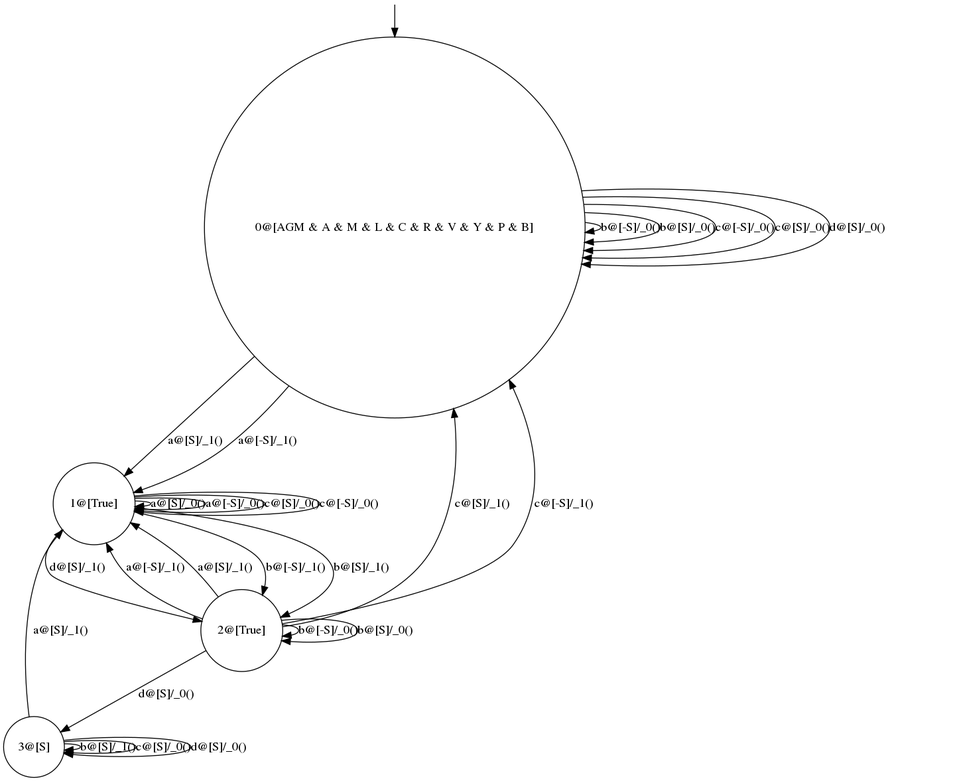
Earlier version of the Graphviz export FM_Analysis/Experiments/2019_03/ffsm_merged.dot.png (damascenodiego/learningFFSM). Its source is kept beside it as FM_Analysis/Experiments/2019_03/ffsm_merged.dot.
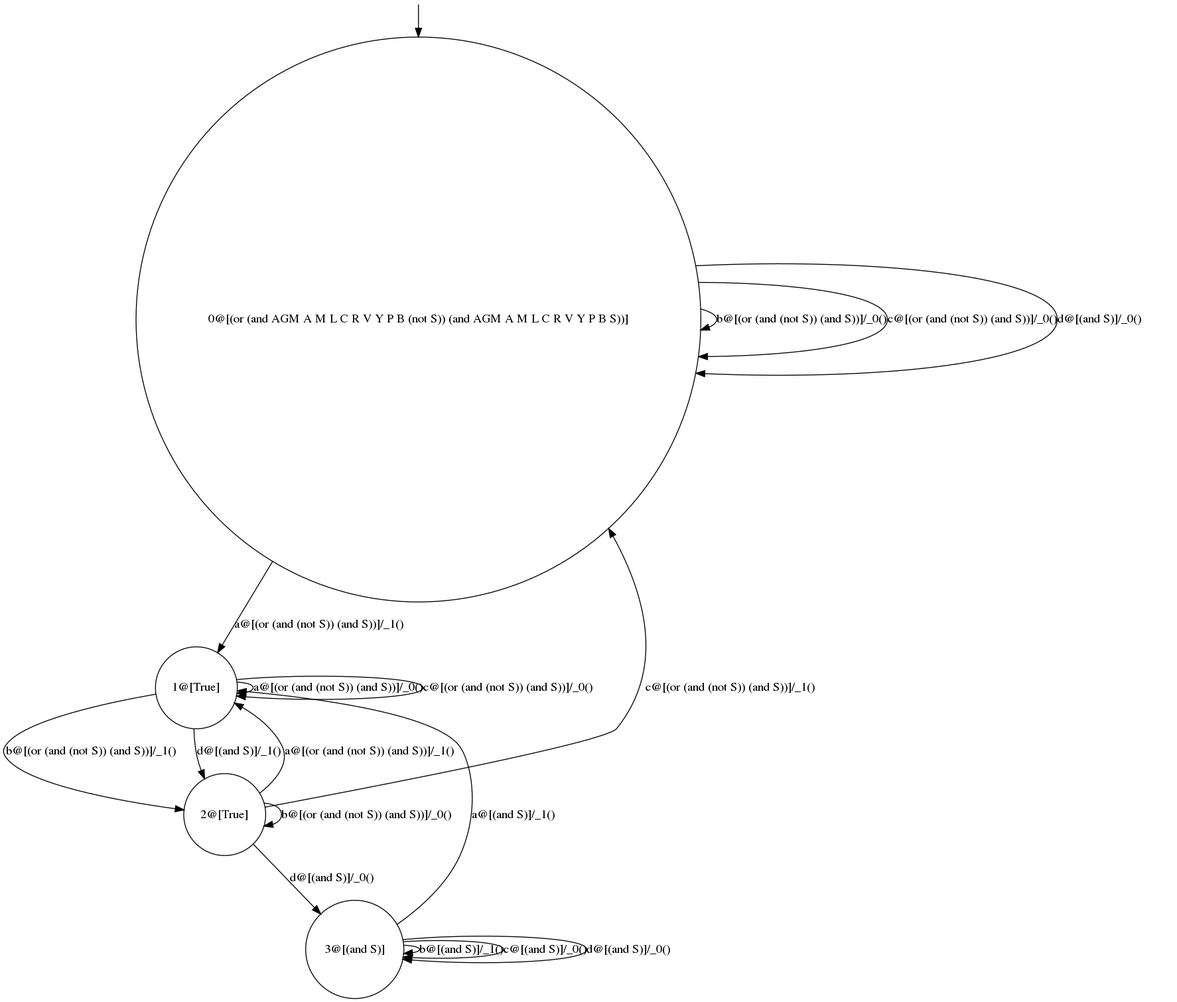
After the commit.

Diff of the diagram source:
```diff
@@ -1,34 +1,25 @@
 digraph g {
 
-	s0 [shape="circle" label="0@[AGM & A & M & L & C & R & V & Y & P & B]"];
+	s0 [shape="circle" label="0@[(or (and AGM A M L C R V Y P B (not S)) (and AGM A M L C R V Y P B S))]"];
 	s1 [shape="circle" label="1@[True]"];
 	s2 [shape="circle" label="2@[True]"];
-	s3 [shape="circle" label="3@[S]"];
-	s0 -> s1 [label="a@[S]/_1()"];
-	s0 -> s1 [label="a@[-S]/_1()"];
-	s0 -> s0 [label="b@[-S]/_0()"];
-	s0 -> s0 [label="b@[S]/_0()"];
-	s0 -> s0 [label="c@[-S]/_0()"];
-	s0 -> s0 [label="c@[S]/_0()"];
-	s0 -> s0 [label="d@[S]/_0()"];
-	s1 -> s1 [label="a@[S]/_0()"];
-	s1 -> s1 [label="a@[-S]/_0()"];
-	s1 -> s2 [label="b@[-S]/_1()"];
-	s1 -> s2 [label="b@[S]/_1()"];
-	s1 -> s1 [label="c@[S]/_0()"];
-	s1 -> s1 [label="c@[-S]/_0()"];
-	s1 -> s2 [label="d@[S]/_1()"];
-	s2 -> s1 [label="a@[-S]/_1()"];
-	s2 -> s1 [label="a@[S]/_1()"];
-	s2 -> s2 [label="b@[-S]/_0()"];
-	s2 -> s2 [label="b@[S]/_0()"];
-	s2 -> s0 [label="c@[S]/_1()"];
-	s2 -> s0 [label="c@[-S]/_1()"];
-	s2 -> s3 [label="d@[S]/_0()"];
-	s3 -> s1 [label="a@[S]/_1()"];
-	s3 -> s3 [label="b@[S]/_1()"];
-	s3 -> s3 [label="c@[S]/_0()"];
-	s3 -> s3 [label="d@[S]/_0()"];
+	s3 [shape="circle" label="3@[(and S)]"];
+	s0 -> s1 [label="a@[(or (and (not S)) (and S))]/_1()"];
+	s0 -> s0 [label="b@[(or (and (not S)) (and S))]/_0()"];
+	s0 -> s0 [label="c@[(or (and (not S)) (and S))]/_0()"];
+	s0 -> s0 [label="d@[(and S)]/_0()"];
+	s1 -> s1 [label="a@[(or (and (not S)) (and S))]/_0()"];
+	s1 -> s2 [label="b@[(or (and (not S)) (and S))]/_1()"];
+	s1 -> s1 [label="c@[(or (and (not S)) (and S))]/_0()"];
+	s1 -> s2 [label="d@[(and S)]/_1()"];
+	s2 -> s1 [label="a@[(or (and (not S)) (and S))]/_1()"];
+	s2 -> s2 [label="b@[(or (and (not S)) (and S))]/_0()"];
+	s2 -> s0 [label="c@[(or (and (not S)) (and S))]/_1()"];
+	s2 -> s3 [label="d@[(and S)]/_0()"];
+	s3 -> s1 [label="a@[(and S)]/_1()"];
+	s3 -> s3 [label="b@[(and S)]/_1()"];
+	s3 -> s3 [label="c@[(and S)]/_0()"];
+	s3 -> s3 [label="d@[(and S)]/_0()"];
 
 __start0 [label="" shape="none" width="0" height="0"];
 __start0 -> s0;
```
